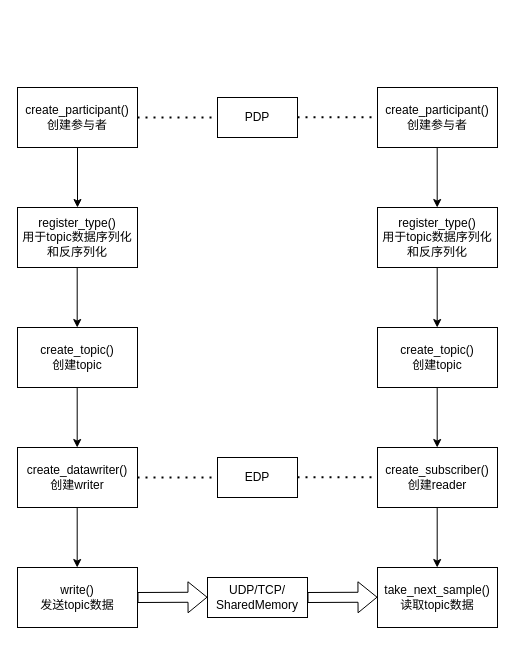
hexu1985/Collection.Of.Cpp.Utility.Tools keeps this draw.io diagram as fastdds/v2.8.2/workspace_DDSHelloWorld/api.drawio. Above is the earlier version. Source tidied: cells renumbered, new cells numbered last; positions are measured from the earlier drawing's top-left corner, leaving out a move shared by most shapes. Both pictures are drawn from the tidied source at 100%, with x=0, y=0 at pixel (17, 87).
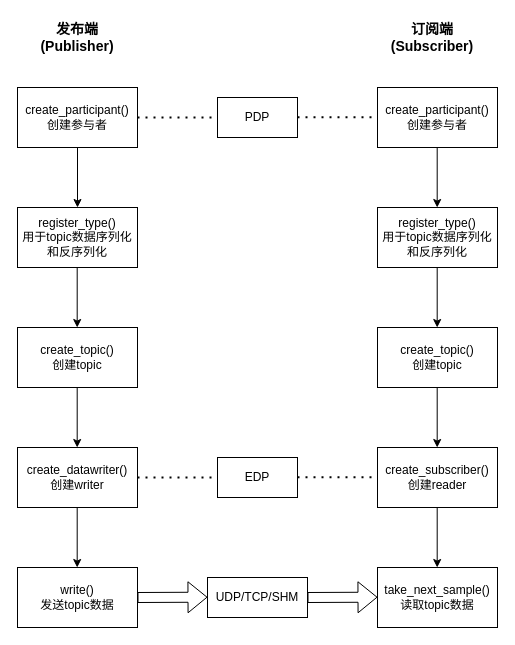
The same diagram, later.

The edit, as a diff of the source:
```diff
@@
-    <mxCell id="18" value="UDP/TCP/&lt;div&gt;SharedMemory&lt;/div&gt;" style="rounded=0;whiteSpace=wrap;html=1;" parent="1" vertex="1">
+    <mxCell id="18" value="UDP/TCP/&lt;span style=&quot;background-color: transparent; color: light-dark(rgb(0, 0, 0), rgb(255, 255, 255));&quot;&gt;SHM&lt;/span&gt;" style="rounded=0;whiteSpace=wrap;html=1;" parent="1" vertex="1">
       <mxGeometry x="190" y="490" width="100" height="40" as="geometry" />
     </mxCell>
@@
+    <mxCell id="29" value="发布端(Publisher)" style="text;html=1;align=center;verticalAlign=middle;whiteSpace=wrap;rounded=0;fontStyle=1;fontSize=14;" parent="1" vertex="1">
+      <mxGeometry x="20" y="-70" width="80" height="40" as="geometry" />
+    </mxCell>
+    <mxCell id="30" value="订阅端(Subscriber)" style="text;html=1;align=center;verticalAlign=middle;whiteSpace=wrap;rounded=0;fontStyle=1;fontSize=14;" parent="1" vertex="1">
+      <mxGeometry x="370" y="-70" width="90" height="40" as="geometry" />
+    </mxCell>
```
